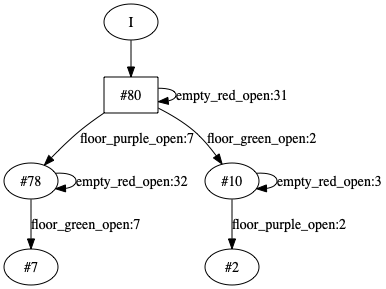
The Graphviz diagram experiments/simple_running_example/flexfringe_data/Source.gv.png in nicholasRenninger/wombats_experiments, before a commit. Its source is kept beside it as experiments/simple_running_example/flexfringe_data/Source.gv. Source of this version:
```dot
digraph DFA {
	0 [label="root" shape=box];
		I -> 0;
	0 [ label="#80"  ];
		0 -> 0 [label="empty_red_open:31"  ];
		0 -> 37 [label="floor_purple_open:7"  ];
		0 -> 46 [label="floor_green_open:2"  ];
	37 [ label="#78"  ];
		37 -> 37 [label="empty_red_open:32"  ];
		37 -> 45 [label="floor_green_open:7"  ];
	45 [ label="#7"  ];
	46 [ label="#10"  ];
		46 -> 46 [label="empty_red_open:3"  ];
		46 -> 61 [label="floor_purple_open:2"  ];
	61 [ label="#2"  ];
}
```
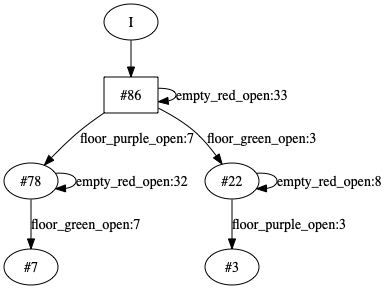
Above is the later version.

Change to the diagram source:
```diff
@@ -1,16 +1,16 @@
 digraph DFA {
 	0 [label="root" shape=box];
 		I -> 0;
-	0 [ label="#80"  ];
-		0 -> 0 [label="empty_red_open:31"  ];
+	0 [ label="#86"  ];
+		0 -> 0 [label="empty_red_open:33"  ];
 		0 -> 37 [label="floor_purple_open:7"  ];
-		0 -> 46 [label="floor_green_open:2"  ];
+		0 -> 46 [label="floor_green_open:3"  ];
 	37 [ label="#78"  ];
 		37 -> 37 [label="empty_red_open:32"  ];
 		37 -> 45 [label="floor_green_open:7"  ];
 	45 [ label="#7"  ];
-	46 [ label="#10"  ];
-		46 -> 46 [label="empty_red_open:3"  ];
-		46 -> 61 [label="floor_purple_open:2"  ];
-	61 [ label="#2"  ];
+	46 [ label="#22"  ];
+		46 -> 46 [label="empty_red_open:8"  ];
+		46 -> 65 [label="floor_purple_open:3"  ];
+	65 [ label="#3"  ];
 }
```
